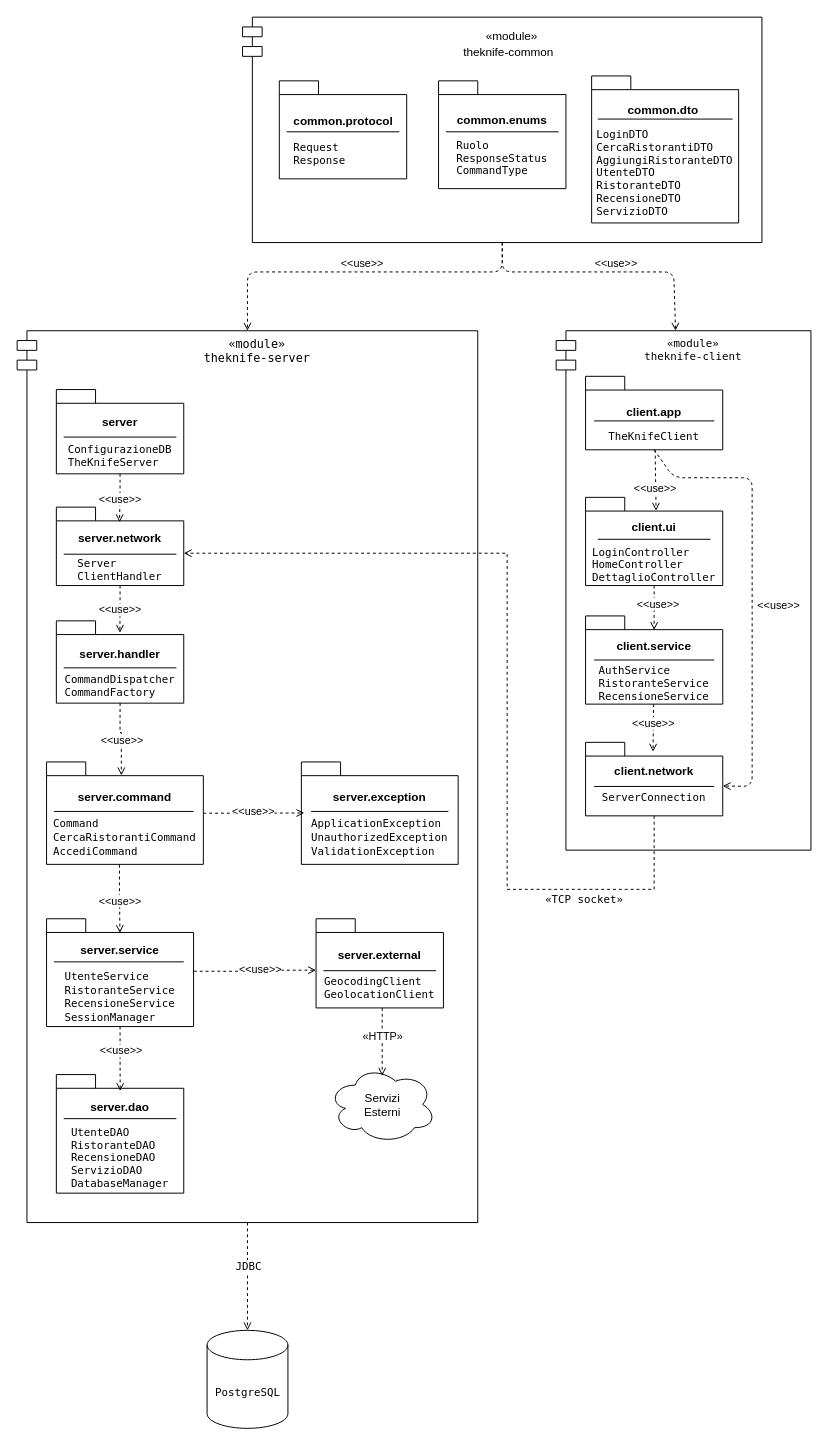
The draw.io diagram Progettazione/1_Doc. Conclusi/Diagrammi/PackageDiagram.drawio in FloshDev/TheKnife-B, before the edit. Source tidied: cells renumbered, new cells numbered last; positions are measured from the earlier drawing's top-left corner, leaving out a move shared by most shapes. Both pictures are drawn from the tidied source at 98%, with x=0, y=0 at pixel (17, 17).
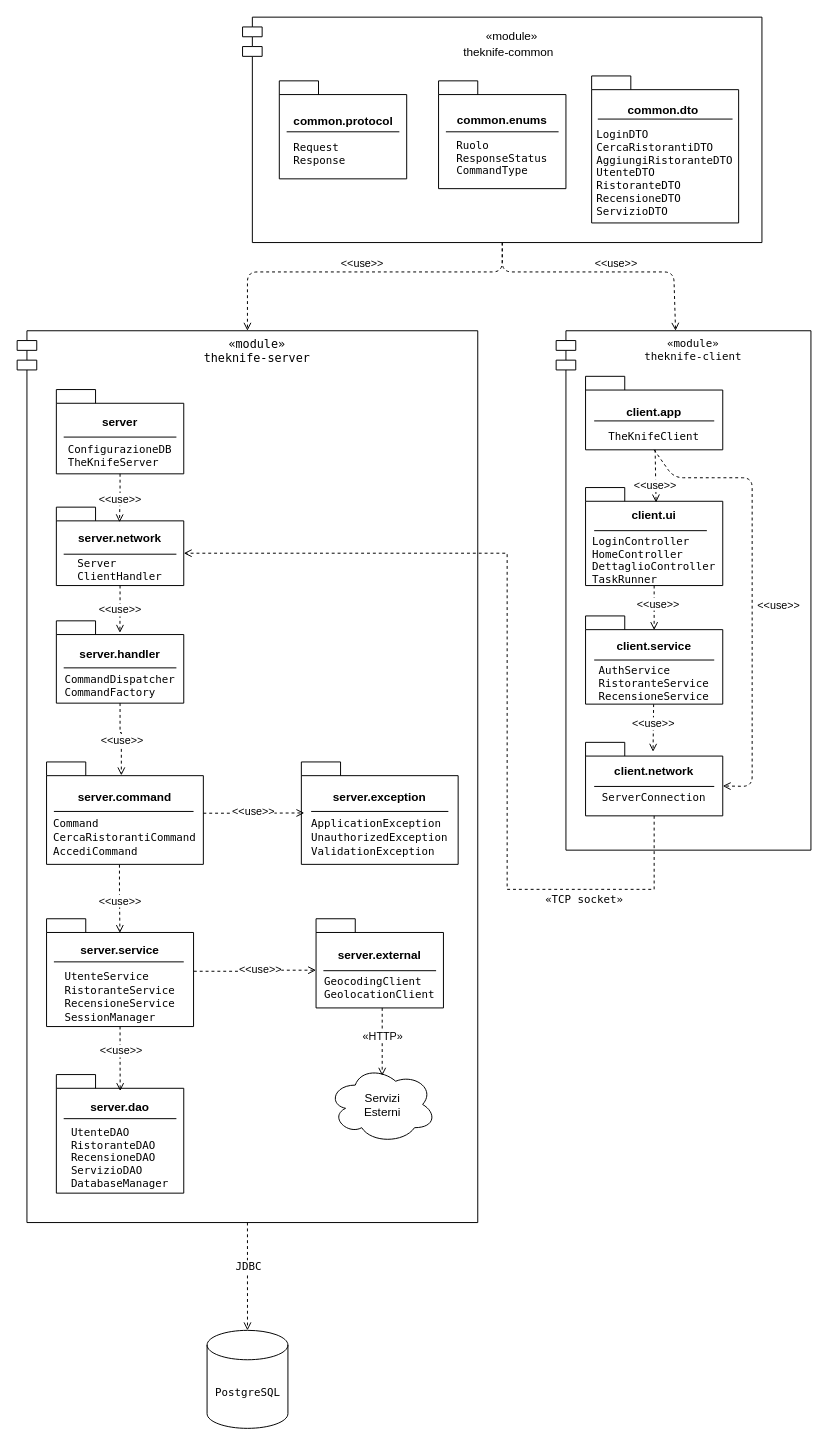
The same page after the edit.

Commit message (it also covers changes not shown here):
Aggancia GestioneRecensioniController, aggiunge TaskRunner al PackageDiagram

Diff of the diagram source:
```diff
@@
-    <mxCell id="13" value="&lt;p&gt;client.ui&lt;/p&gt;&lt;p class=&quot;p1&quot; style=&quot;margin: 0px; font: 400 11px Menlo; text-align: start;&quot;&gt;&lt;span class=&quot;s1&quot; style=&quot;font-variant-ligatures: no-common-ligatures;&quot;&gt;LoginController&lt;/span&gt;&lt;/p&gt;&lt;p class=&quot;p1&quot; style=&quot;margin: 0px; font: 400 11px Menlo; text-align: start;&quot;&gt;&lt;span class=&quot;s1&quot; style=&quot;font-variant-ligatures: no-common-ligatures;&quot;&gt;HomeController&lt;/span&gt;&lt;/p&gt;&lt;p class=&quot;p1&quot; style=&quot;margin: 0px; font: 400 11px Menlo; text-align: start;&quot;&gt;&lt;span class=&quot;s1&quot; style=&quot;font-variant-ligatures: no-common-ligatures;&quot;&gt;DettaglioController&lt;/span&gt;&lt;/p&gt;" style="shape=folder;fontStyle=1;spacingTop=10;tabWidth=40;tabHeight=14;tabPosition=left;html=1;whiteSpace=wrap;" parent="1" vertex="1">
-      <mxGeometry x="580" y="490" width="140" height="90" as="geometry" />
+    <mxCell id="13" value="&lt;p&gt;client.ui&lt;/p&gt;&lt;p class=&quot;p1&quot; style=&quot;margin: 0px; font: 400 11px Menlo; text-align: start;&quot;&gt;&lt;span class=&quot;s1&quot; style=&quot;font-variant-ligatures: no-common-ligatures;&quot;&gt;LoginController&lt;/span&gt;&lt;/p&gt;&lt;p class=&quot;p1&quot; style=&quot;margin: 0px; font: 400 11px Menlo; text-align: start;&quot;&gt;&lt;span class=&quot;s1&quot; style=&quot;font-variant-ligatures: no-common-ligatures;&quot;&gt;HomeController&lt;/span&gt;&lt;/p&gt;&lt;p class=&quot;p1&quot; style=&quot;margin: 0px; font: 400 11px Menlo; text-align: start;&quot;&gt;&lt;span class=&quot;s1&quot; style=&quot;font-variant-ligatures: no-common-ligatures;&quot;&gt;DettaglioController&lt;br&gt;TaskRunner&lt;/span&gt;&lt;/p&gt;" style="shape=folder;fontStyle=1;spacingTop=10;tabWidth=40;tabHeight=14;tabPosition=left;html=1;whiteSpace=wrap;" parent="1" vertex="1">
+      <mxGeometry x="580" y="480" width="140" height="100" as="geometry" />
     </mxCell>
     <mxCell id="14" style="line;strokeWidth=1;fillColor=none;align=left;verticalAlign=middle;spacingTop=-1;spacingLeft=3;spacingRight=3;labelPosition=right;strokeColor=inherit;" parent="1" vertex="1">
-      <mxGeometry x="592.5" y="528.8" width="115" height="8" as="geometry" />
+      <mxGeometry x="588.8" y="520" width="115" height="8" as="geometry" />
     </mxCell>
```
